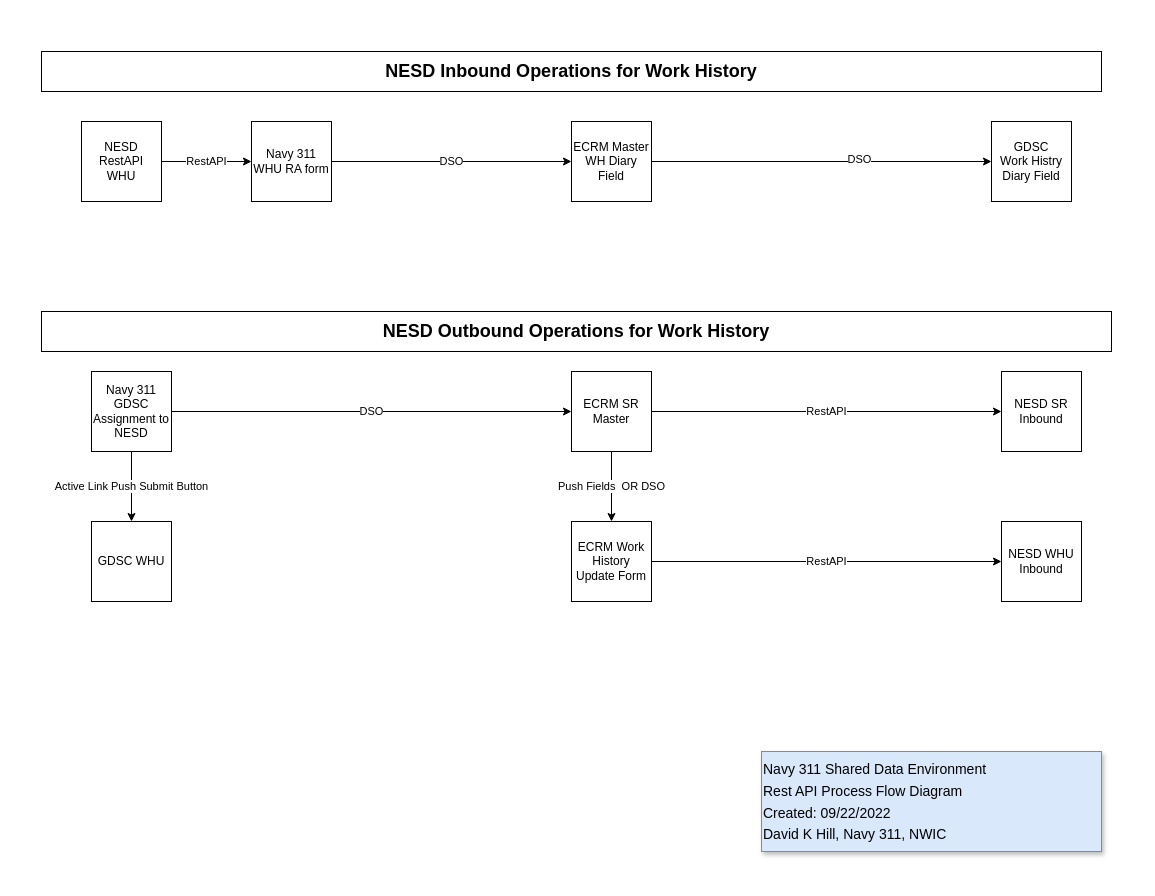
dkhill/navy311 keeps this draw.io diagram as Untitled Diagram.drawio. Above is the earlier version. Source tidied: cells renumbered, new cells numbered last; positions are measured from the earlier drawing's top-left corner, leaving out a move shared by most shapes. Both pictures are drawn from the tidied source at 100%, with x=0, y=0 at pixel (41, 51).
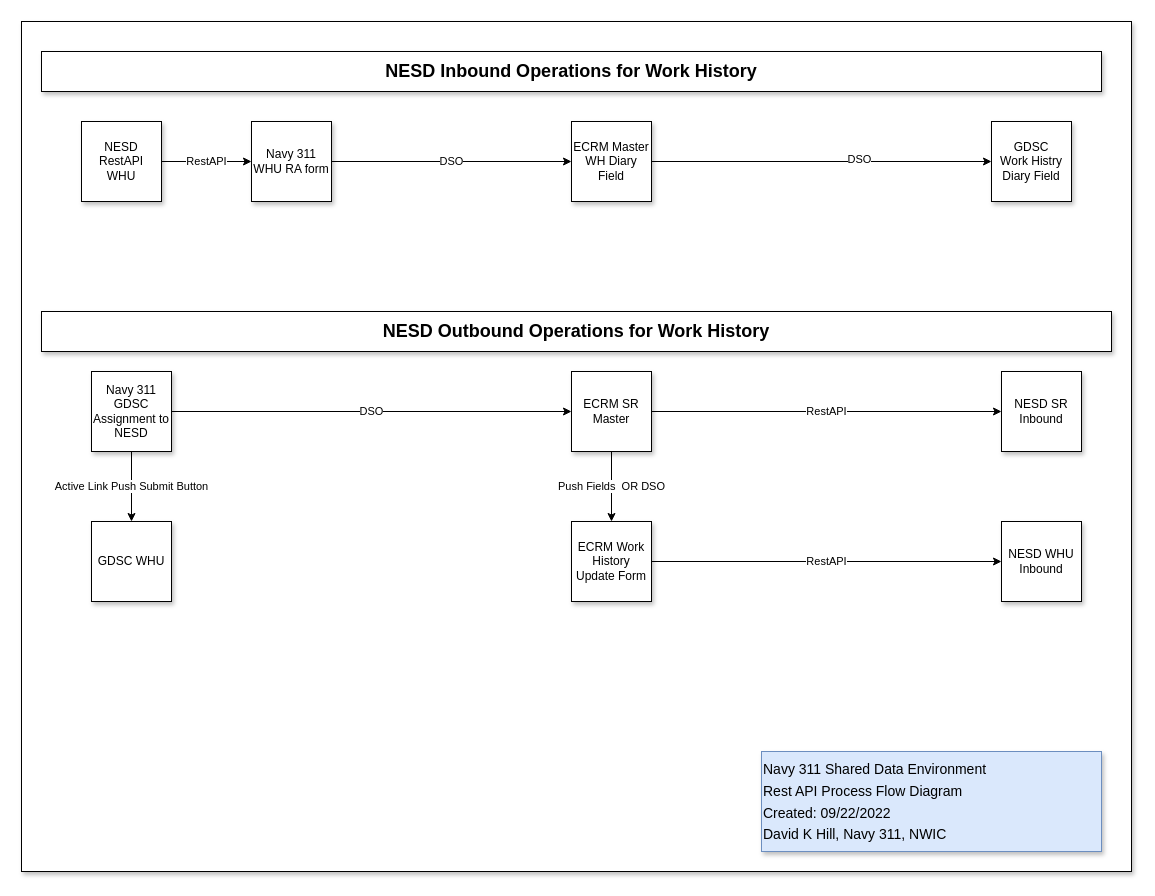
After the change.

Commit message:
Lay out and shadow

The edit, as a diff of the source:
```diff
@@
+    <mxCell id="24" style="rounded=0;whiteSpace=wrap;html=1;shadow=1;fontSize=14;labelBackgroundColor=#CCCCFF;" parent="1" vertex="1">
+      <mxGeometry x="-20" y="-30" width="1110" height="850" as="geometry" />
+    </mxCell>
-    <mxCell id="2" value="&lt;b&gt;&lt;font style=&quot;font-size: 18px;&quot;&gt;NESD Inbound Operations for Work History&lt;/font&gt;&lt;/b&gt;" style="rounded=0;whiteSpace=wrap;html=1;" parent="1" vertex="1">
+    <mxCell id="2" value="&lt;b&gt;&lt;font style=&quot;font-size: 18px;&quot;&gt;NESD Inbound Operations for Work History&lt;/font&gt;&lt;/b&gt;" style="rounded=0;whiteSpace=wrap;html=1;shadow=1;" parent="1" vertex="1">
       <mxGeometry width="1060" height="40" as="geometry" />
     </mxCell>
@@
-    <mxCell id="4" value="NESD RestAPI&lt;br&gt;WHU" style="whiteSpace=wrap;html=1;" parent="1" vertex="1">
+    <mxCell id="4" value="NESD RestAPI&lt;br&gt;WHU" style="whiteSpace=wrap;html=1;shadow=1;" parent="1" vertex="1">
       <mxGeometry x="40" y="70" width="80" height="80" as="geometry" />
     </mxCell>
@@
-    <mxCell id="6" value="Navy 311&lt;br&gt;WHU RA form" style="whiteSpace=wrap;html=1;" parent="1" vertex="1">
+    <mxCell id="6" value="Navy 311&lt;br&gt;WHU RA form" style="whiteSpace=wrap;html=1;shadow=1;" parent="1" vertex="1">
       <mxGeometry x="210" y="70" width="80" height="80" as="geometry" />
     </mxCell>
@@
-    <mxCell id="9" value="ECRM Master WH Diary&lt;br&gt;Field" style="whiteSpace=wrap;html=1;" parent="1" vertex="1">
+    <mxCell id="9" value="ECRM Master WH Diary&lt;br&gt;Field" style="whiteSpace=wrap;html=1;shadow=1;" parent="1" vertex="1">
       <mxGeometry x="530" y="70" width="80" height="80" as="geometry" />
     </mxCell>
-    <mxCell id="10" value="&lt;font style=&quot;font-size: 18px;&quot;&gt;&lt;b style=&quot;&quot;&gt;NESD Outbound Operations for Work History&lt;/b&gt;&lt;/font&gt;" style="rounded=0;whiteSpace=wrap;html=1;" parent="1" vertex="1">
+    <mxCell id="10" value="&lt;font style=&quot;font-size: 18px;&quot;&gt;&lt;b style=&quot;&quot;&gt;NESD Outbound Operations for Work History&lt;/b&gt;&lt;/font&gt;" style="rounded=0;whiteSpace=wrap;html=1;shadow=1;" parent="1" vertex="1">
       <mxGeometry y="260" width="1070" height="40" as="geometry" />
     </mxCell>
@@
-    <mxCell id="13" value="Navy 311&lt;br&gt;GDSC&lt;br&gt;Assignment to NESD" style="whiteSpace=wrap;html=1;" parent="1" vertex="1">
+    <mxCell id="13" value="Navy 311&lt;br&gt;GDSC&lt;br&gt;Assignment to NESD" style="whiteSpace=wrap;html=1;shadow=1;" parent="1" vertex="1">
       <mxGeometry x="50" y="320" width="80" height="80" as="geometry" />
     </mxCell>
-    <mxCell id="14" value="GDSC&lt;br&gt;Work Histry&lt;br&gt;Diary Field" style="whiteSpace=wrap;html=1;" parent="1" vertex="1">
+    <mxCell id="14" value="GDSC&lt;br&gt;Work Histry&lt;br&gt;Diary Field" style="whiteSpace=wrap;html=1;shadow=1;" parent="1" vertex="1">
       <mxGeometry x="950" y="70" width="80" height="80" as="geometry" />
     </mxCell>
@@
-    <mxCell id="17" value="ECRM SR Master" style="whiteSpace=wrap;html=1;" parent="1" vertex="1">
+    <mxCell id="17" value="ECRM SR Master" style="whiteSpace=wrap;html=1;shadow=1;" parent="1" vertex="1">
       <mxGeometry x="530" y="320" width="80" height="80" as="geometry" />
     </mxCell>
-    <mxCell id="18" value="NESD SR Inbound" style="whiteSpace=wrap;html=1;" parent="1" vertex="1">
+    <mxCell id="18" value="NESD SR Inbound" style="whiteSpace=wrap;html=1;shadow=1;" parent="1" vertex="1">
       <mxGeometry x="960" y="320" width="80" height="80" as="geometry" />
     </mxCell>
@@
-    <mxCell id="20" value="ECRM Work History Update Form" style="whiteSpace=wrap;html=1;" parent="1" vertex="1">
+    <mxCell id="20" value="ECRM Work History Update Form" style="whiteSpace=wrap;html=1;shadow=1;" parent="1" vertex="1">
       <mxGeometry x="530" y="470" width="80" height="80" as="geometry" />
     </mxCell>
-    <mxCell id="21" value="NESD WHU Inbound" style="whiteSpace=wrap;html=1;" parent="1" vertex="1">
+    <mxCell id="21" value="NESD WHU Inbound" style="whiteSpace=wrap;html=1;shadow=1;" parent="1" vertex="1">
       <mxGeometry x="960" y="470" width="80" height="80" as="geometry" />
     </mxCell>
-    <mxCell id="22" value="GDSC WHU" style="whiteSpace=wrap;html=1;" parent="1" vertex="1">
+    <mxCell id="22" value="GDSC WHU" style="whiteSpace=wrap;html=1;shadow=1;" parent="1" vertex="1">
       <mxGeometry x="50" y="470" width="80" height="80" as="geometry" />
     </mxCell>
```
